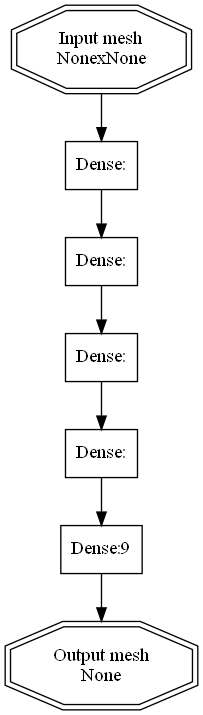
Before: multimedia/render/compiled-model.gv.png, a diagram exported from Graphviz (iTzAlver/CorNet-GUI). Its source is kept beside it as multimedia/render/compiled-model.gv.
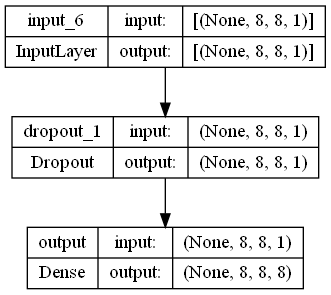
The same diagram one commit later.

What changed in the source:
```diff
@@ -1,17 +1,11 @@
 digraph "compiled-model" {
 	0 [label="Input mesh
-NonexNone" shape=doubleoctagon]
-	1 [label="Dense:" shape=box]
+(8) x (8)" shape=doubleoctagon]
+	1 [label="Dense [202]" shape=box]
 	0 -> 1
-	2 [label="Dense:" shape=box]
+	2 [label="Flatten " shape=box]
 	1 -> 2
-	3 [label="Dense:" shape=box]
+	3 [label="Output mesh
+(8)" shape=doubleoctagon]
 	2 -> 3
-	4 [label="Dense:" shape=box]
-	3 -> 4
-	5 [label="Dense:9" shape=box]
-	4 -> 5
-	6 [label="Output mesh
-None" shape=doubleoctagon]
-	5 -> 6
 }
```
